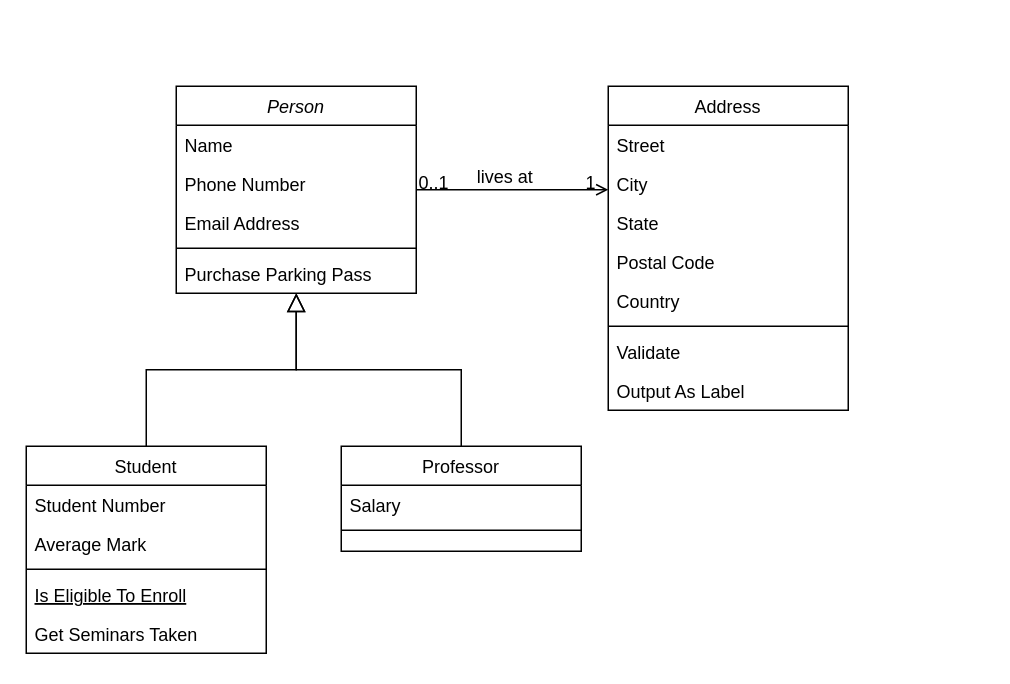
Before: Calculatrice/ES PKFRC Classe Gestion des compétences.drawio in sngdtechnologies/Calculatrice, a draw.io diagram. Source tidied: cells renumbered, new cells numbered last; positions are measured from the earlier drawing's top-left corner, leaving out a move shared by most shapes. Both pictures are drawn from the tidied source at 150%, with x=0, y=0 at pixel (26, 86).
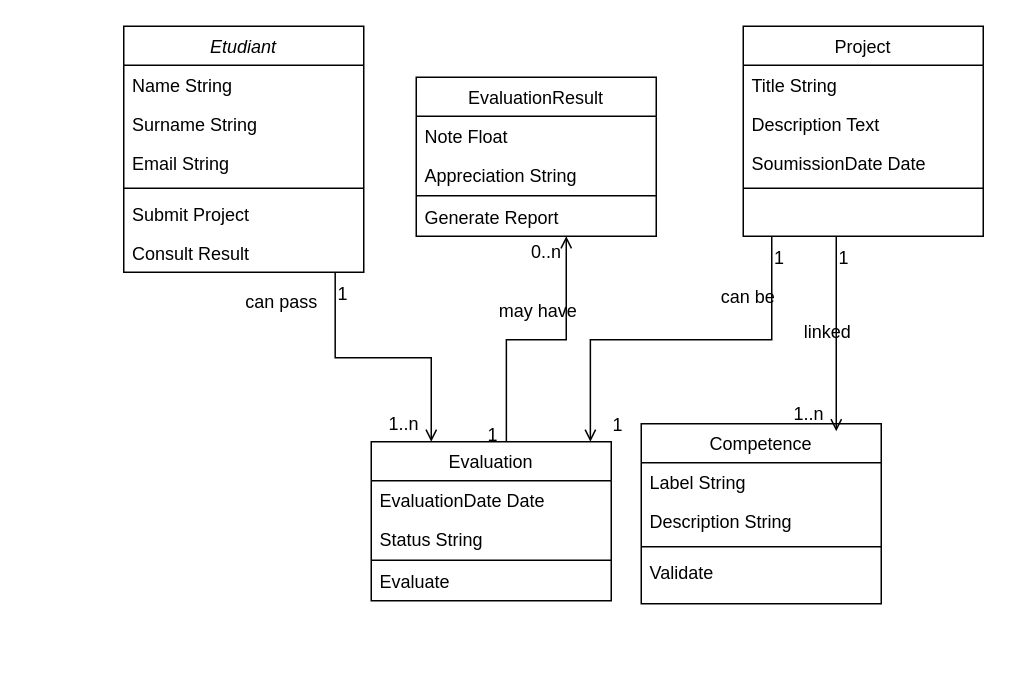
The same diagram, later.

Commit message:
Mettre à jour ES PKFRC Classe Gestion des compétences.drawio

What changed in the source:
```diff
@@
-    <mxCell id="2" value="Person" style="swimlane;fontStyle=2;align=center;verticalAlign=top;horizontal=1;startSize=26;rounded=0;shadow=0;strokeWidth=1;" parent="1" vertex="1">
-      <mxGeometry x="100" width="160" height="138" as="geometry" />
+    <mxCell id="2" value="Etudiant" style="swimlane;fontStyle=2;align=center;verticalAlign=top;horizontal=1;startSize=26;rounded=0;shadow=0;strokeWidth=1;" parent="1" vertex="1">
+      <mxGeometry x="65" y="-40" width="160" height="164" as="geometry" />
     </mxCell>
-    <mxCell id="3" value="Name" style="text;align=left;verticalAlign=top;spacingLeft=4;spacingRight=4;overflow=hidden;" parent="2" vertex="1">
+    <mxCell id="3" value="Name String" style="text;align=left;verticalAlign=top;spacingLeft=4;spacingRight=4;overflow=hidden;" parent="2" vertex="1">
       <mxGeometry y="26" width="160" height="26" as="geometry" />
     </mxCell>
-    <mxCell id="4" value="Phone Number" style="text;align=left;verticalAlign=top;spacingLeft=4;spacingRight=4;overflow=hidden;rounded=0;shadow=0;html=0;" parent="2" vertex="1">
+    <mxCell id="4" value="Surname String" style="text;align=left;verticalAlign=top;spacingLeft=4;spacingRight=4;overflow=hidden;rounded=0;shadow=0;html=0;" parent="2" vertex="1">
       <mxGeometry y="52" width="160" height="26" as="geometry" />
     </mxCell>
-    <mxCell id="5" value="Email Address" style="text;align=left;verticalAlign=top;spacingLeft=4;spacingRight=4;overflow=hidden;rounded=0;shadow=0;html=0;" parent="2" vertex="1">
+    <mxCell id="5" value="Email String" style="text;align=left;verticalAlign=top;spacingLeft=4;spacingRight=4;overflow=hidden;rounded=0;shadow=0;html=0;" parent="2" vertex="1">
       <mxGeometry y="78" width="160" height="26" as="geometry" />
     </mxCell>
@@
-    <mxCell id="7" value="Purchase Parking Pass" style="text;align=left;verticalAlign=top;spacingLeft=4;spacingRight=4;overflow=hidden;" parent="2" vertex="1">
+    <mxCell id="7" value="Submit Project" style="text;align=left;verticalAlign=top;spacingLeft=4;spacingRight=4;overflow=hidden;" parent="2" vertex="1">
       <mxGeometry y="112" width="160" height="26" as="geometry" />
     </mxCell>
+    <mxCell id="32" value="Consult Result" style="text;align=left;verticalAlign=top;spacingLeft=4;spacingRight=4;overflow=hidden;points=[[0,0.5],[1,0.5]];portConstraint=eastwest;" parent="2" vertex="1">
+      <mxGeometry y="138" width="160" height="26" as="geometry" />
+    </mxCell>
-    <mxCell id="8" value="Student" style="swimlane;fontStyle=0;align=center;verticalAlign=top;horizontal=1;startSize=26;rounded=0;shadow=0;strokeWidth=1;" parent="1" vertex="1">
-      <mxGeometry y="240" width="160" height="138" as="geometry" />
+    <mxCell id="8" value="Competence" style="swimlane;fontStyle=0;align=center;verticalAlign=top;horizontal=1;startSize=26;rounded=0;shadow=0;strokeWidth=1;" parent="1" vertex="1">
+      <mxGeometry x="410" y="225" width="160" height="120" as="geometry" />
     </mxCell>
-    <mxCell id="9" value="Student Number" style="text;align=left;verticalAlign=top;spacingLeft=4;spacingRight=4;overflow=hidden;" parent="8" vertex="1">
+    <mxCell id="9" value="Label String" style="text;align=left;verticalAlign=top;spacingLeft=4;spacingRight=4;overflow=hidden;" parent="8" vertex="1">
       <mxGeometry y="26" width="160" height="26" as="geometry" />
     </mxCell>
-    <mxCell id="10" value="Average Mark" style="text;align=left;verticalAlign=top;spacingLeft=4;spacingRight=4;overflow=hidden;rounded=0;shadow=0;html=0;" parent="8" vertex="1">
+    <mxCell id="10" value="Description String" style="text;align=left;verticalAlign=top;spacingLeft=4;spacingRight=4;overflow=hidden;rounded=0;shadow=0;html=0;" parent="8" vertex="1">
       <mxGeometry y="52" width="160" height="26" as="geometry" />
     </mxCell>
@@
-    <mxCell id="12" value="Is Eligible To Enroll" style="text;align=left;verticalAlign=top;spacingLeft=4;spacingRight=4;overflow=hidden;fontStyle=4;" parent="8" vertex="1">
-      <mxGeometry y="86" width="160" height="26" as="geometry" />
-    </mxCell>
-    <mxCell id="13" value="Get Seminars Taken" style="text;align=left;verticalAlign=top;spacingLeft=4;spacingRight=4;overflow=hidden;" parent="8" vertex="1">
-      <mxGeometry y="112" width="160" height="26" as="geometry" />
+    <mxCell id="13" value="Validate" style="text;align=left;verticalAlign=top;spacingLeft=4;spacingRight=4;overflow=hidden;" parent="8" vertex="1">
+      <mxGeometry y="86" width="160" height="26" as="geometry" />
     </mxCell>
-    <mxCell id="14" style="endArrow=block;endSize=10;endFill=0;shadow=0;strokeWidth=1;rounded=0;curved=0;edgeStyle=elbowEdgeStyle;elbow=vertical;" parent="1" edge="1" source="8" target="2">
-      <mxGeometry relative="1" as="geometry" />
-    </mxCell>
-    <mxCell id="15" value="Professor" style="swimlane;fontStyle=0;align=center;verticalAlign=top;horizontal=1;startSize=26;rounded=0;shadow=0;strokeWidth=1;" parent="1" vertex="1">
-      <mxGeometry x="210" y="240" width="160" height="70" as="geometry" />
+    <mxCell id="15" value="Evaluation" style="swimlane;fontStyle=0;align=center;verticalAlign=top;horizontal=1;startSize=26;rounded=0;shadow=0;strokeWidth=1;" parent="1" vertex="1">
+      <mxGeometry x="230" y="237" width="160" height="106" as="geometry" />
     </mxCell>
-    <mxCell id="16" value="Salary" style="text;align=left;verticalAlign=top;spacingLeft=4;spacingRight=4;overflow=hidden;" parent="15" vertex="1">
+    <mxCell id="16" value="EvaluationDate Date" style="text;align=left;verticalAlign=top;spacingLeft=4;spacingRight=4;overflow=hidden;" parent="15" vertex="1">
       <mxGeometry y="26" width="160" height="26" as="geometry" />
     </mxCell>
+    <mxCell id="33" value="Status String" style="text;align=left;verticalAlign=top;spacingLeft=4;spacingRight=4;overflow=hidden;" parent="15" vertex="1">
+      <mxGeometry y="52" width="160" height="26" as="geometry" />
+    </mxCell>
     <mxCell id="17" style="line;html=1;strokeWidth=1;align=left;verticalAlign=middle;spacingTop=-1;spacingLeft=3;spacingRight=3;labelPosition=right;" parent="15" vertex="1">
-      <mxGeometry y="52" width="160" height="8" as="geometry" />
+      <mxGeometry y="78" width="160" height="2" as="geometry" />
     </mxCell>
-    <mxCell id="18" style="endArrow=block;endSize=10;endFill=0;shadow=0;strokeWidth=1;rounded=0;curved=0;edgeStyle=elbowEdgeStyle;elbow=vertical;" parent="1" edge="1" source="15" target="2">
-      <mxGeometry relative="1" as="geometry" />
-    </mxCell>
+    <mxCell id="34" value="Evaluate" style="text;align=left;verticalAlign=top;spacingLeft=4;spacingRight=4;overflow=hidden;" parent="15" vertex="1">
+      <mxGeometry y="80" width="160" height="26" as="geometry" />
+    </mxCell>
-    <mxCell id="19" value="Address" style="swimlane;fontStyle=0;align=center;verticalAlign=top;horizontal=1;startSize=26;rounded=0;shadow=0;strokeWidth=1;" parent="1" vertex="1">
-      <mxGeometry x="388" width="160" height="216" as="geometry" />
+    <mxCell id="19" value="Project" style="swimlane;fontStyle=0;align=center;verticalAlign=top;horizontal=1;startSize=26;rounded=0;shadow=0;strokeWidth=1;" parent="1" vertex="1">
+      <mxGeometry x="478" y="-40" width="160" height="140" as="geometry" />
     </mxCell>
-    <mxCell id="20" value="Street" style="text;align=left;verticalAlign=top;spacingLeft=4;spacingRight=4;overflow=hidden;" parent="19" vertex="1">
+    <mxCell id="20" value="Title String" style="text;align=left;verticalAlign=top;spacingLeft=4;spacingRight=4;overflow=hidden;" parent="19" vertex="1">
       <mxGeometry y="26" width="160" height="26" as="geometry" />
     </mxCell>
-    <mxCell id="21" value="City" style="text;align=left;verticalAlign=top;spacingLeft=4;spacingRight=4;overflow=hidden;rounded=0;shadow=0;html=0;" parent="19" vertex="1">
+    <mxCell id="21" value="Description Text" style="text;align=left;verticalAlign=top;spacingLeft=4;spacingRight=4;overflow=hidden;rounded=0;shadow=0;html=0;" parent="19" vertex="1">
       <mxGeometry y="52" width="160" height="26" as="geometry" />
     </mxCell>
-    <mxCell id="22" value="State" style="text;align=left;verticalAlign=top;spacingLeft=4;spacingRight=4;overflow=hidden;rounded=0;shadow=0;html=0;" parent="19" vertex="1">
+    <mxCell id="22" value="SoumissionDate Date" style="text;align=left;verticalAlign=top;spacingLeft=4;spacingRight=4;overflow=hidden;rounded=0;shadow=0;html=0;" parent="19" vertex="1">
       <mxGeometry y="78" width="160" height="26" as="geometry" />
     </mxCell>
-    <mxCell id="23" value="Postal Code" style="text;align=left;verticalAlign=top;spacingLeft=4;spacingRight=4;overflow=hidden;rounded=0;shadow=0;html=0;" parent="19" vertex="1">
-      <mxGeometry y="104" width="160" height="26" as="geometry" />
-    </mxCell>
-    <mxCell id="24" value="Country" style="text;align=left;verticalAlign=top;spacingLeft=4;spacingRight=4;overflow=hidden;rounded=0;shadow=0;html=0;" parent="19" vertex="1">
-      <mxGeometry y="130" width="160" height="26" as="geometry" />
-    </mxCell>
     <mxCell id="25" style="line;html=1;strokeWidth=1;align=left;verticalAlign=middle;spacingTop=-1;spacingLeft=3;spacingRight=3;labelPosition=right;" parent="19" vertex="1">
-      <mxGeometry y="156" width="160" height="8" as="geometry" />
+      <mxGeometry y="104" width="160" height="8" as="geometry" />
     </mxCell>
-    <mxCell id="26" value="Validate" style="text;align=left;verticalAlign=top;spacingLeft=4;spacingRight=4;overflow=hidden;" parent="19" vertex="1">
-      <mxGeometry y="164" width="160" height="26" as="geometry" />
-    </mxCell>
-    <mxCell id="27" value="Output As Label" style="text;align=left;verticalAlign=top;spacingLeft=4;spacingRight=4;overflow=hidden;" parent="19" vertex="1">
-      <mxGeometry y="190" width="160" height="26" as="geometry" />
-    </mxCell>
-    <mxCell id="28" style="endArrow=open;shadow=0;strokeWidth=1;rounded=0;curved=0;endFill=1;edgeStyle=elbowEdgeStyle;elbow=vertical;" parent="1" edge="1" source="2" target="19">
-      <mxGeometry x="0.5" y="41" relative="1" as="geometry">
-        <mxPoint x="-40" y="32" as="offset" />
-      </mxGeometry>
-    </mxCell>
-    <mxCell id="29" value="0..1" style="align=left;verticalAlign=bottom;labelBackgroundColor=none;fontSize=12;" parent="28" vertex="1">
-      <mxGeometry x="-1" relative="1" as="geometry">
-        <mxPoint y="4" as="offset" />
-      </mxGeometry>
-    </mxCell>
+    <mxCell id="35" value="EvaluationResult" style="swimlane;fontStyle=0;align=center;verticalAlign=top;horizontal=1;startSize=26;rounded=0;shadow=0;strokeWidth=1;" parent="1" vertex="1">
+      <mxGeometry x="260" y="-6" width="160" height="106" as="geometry" />
+    </mxCell>
+    <mxCell id="36" value="Note Float" style="text;align=left;verticalAlign=top;spacingLeft=4;spacingRight=4;overflow=hidden;" parent="35" vertex="1">
+      <mxGeometry y="26" width="160" height="26" as="geometry" />
+    </mxCell>
+    <mxCell id="37" value="Appreciation String" style="text;align=left;verticalAlign=top;spacingLeft=4;spacingRight=4;overflow=hidden;" parent="35" vertex="1">
+      <mxGeometry y="52" width="160" height="26" as="geometry" />
+    </mxCell>
+    <mxCell id="38" style="line;html=1;strokeWidth=1;align=left;verticalAlign=middle;spacingTop=-1;spacingLeft=3;spacingRight=3;labelPosition=right;" parent="35" vertex="1">
+      <mxGeometry y="78" width="160" height="2" as="geometry" />
+    </mxCell>
+    <mxCell id="39" value="Generate Report" style="text;align=left;verticalAlign=top;spacingLeft=4;spacingRight=4;overflow=hidden;points=[[0,0.5],[1,0.5]];portConstraint=eastwest;" parent="35" vertex="1">
+      <mxGeometry y="80" width="160" height="26" as="geometry" />
+    </mxCell>
+    <mxCell id="40" style="endArrow=open;shadow=0;strokeWidth=1;rounded=0;curved=0;endFill=1;edgeStyle=elbowEdgeStyle;elbow=vertical;" parent="1" edge="1">
+      <mxGeometry x="0.5" y="41" relative="1" as="geometry">
+        <mxPoint x="540" y="100" as="sourcePoint" />
+        <mxPoint x="540" y="230" as="targetPoint" />
+        <mxPoint x="-40" y="32" as="offset" />
+      </mxGeometry>
+    </mxCell>
+    <mxCell id="41" value="1" style="align=left;verticalAlign=bottom;labelBackgroundColor=none;fontSize=12;" parent="40" vertex="1">
+      <mxGeometry x="-1" relative="1" as="geometry">
+        <mxPoint y="23" as="offset" />
+      </mxGeometry>
+    </mxCell>
+    <mxCell id="42" value="1..n" style="align=right;verticalAlign=bottom;labelBackgroundColor=none;fontSize=12;" parent="40" vertex="1">
+      <mxGeometry x="1" relative="1" as="geometry">
+        <mxPoint x="-7" y="-3" as="offset" />
+      </mxGeometry>
+    </mxCell>
+    <mxCell id="43" value="linked" style="text;html=1;align=center;verticalAlign=middle;labelBackgroundColor=none;rounded=0;shadow=0;strokeWidth=1;fontSize=12;" parent="40" vertex="1">
+      <mxGeometry x="0.5" y="49" relative="1" as="geometry">
+        <mxPoint x="-56" y="-35" as="offset" />
+      </mxGeometry>
+    </mxCell>
+    <mxCell id="44" style="endArrow=open;shadow=0;strokeWidth=1;rounded=0;curved=0;endFill=1;edgeStyle=elbowEdgeStyle;elbow=vertical;entryX=0.913;entryY=0;entryDx=0;entryDy=0;entryPerimeter=0;" parent="1" edge="1" target="15">
+      <mxGeometry x="0.5" y="41" relative="1" as="geometry">
+        <mxPoint x="497" y="100" as="sourcePoint" />
+        <mxPoint x="-40" y="32" as="offset" />
+      </mxGeometry>
+    </mxCell>
+    <mxCell id="45" value="1" style="align=left;verticalAlign=bottom;labelBackgroundColor=none;fontSize=12;" parent="44" vertex="1">
+      <mxGeometry x="-1" relative="1" as="geometry">
+        <mxPoint y="23" as="offset" />
+      </mxGeometry>
+    </mxCell>
-    <mxCell id="30" value="1" style="align=right;verticalAlign=bottom;labelBackgroundColor=none;fontSize=12;" parent="28" vertex="1">
+    <mxCell id="30" value="1" style="align=right;verticalAlign=bottom;labelBackgroundColor=none;fontSize=12;" parent="44" vertex="1">
       <mxGeometry x="1" relative="1" as="geometry">
-        <mxPoint x="-7" y="4" as="offset" />
+        <mxPoint x="23" y="-3" as="offset" />
       </mxGeometry>
     </mxCell>
-    <mxCell id="31" value="lives at" style="text;html=1;align=center;verticalAlign=middle;labelBackgroundColor=none;rounded=0;shadow=0;strokeWidth=1;fontSize=12;" parent="28" vertex="1">
-      <mxGeometry x="0.5" y="49" relative="1" as="geometry">
-        <mxPoint x="-38" y="40" as="offset" />
-      </mxGeometry>
-    </mxCell>
+    <mxCell id="46" value="can be" style="text;html=1;align=center;verticalAlign=middle;labelBackgroundColor=none;rounded=0;shadow=0;strokeWidth=1;fontSize=12;" parent="44" vertex="1">
+      <mxGeometry x="0.5" y="49" relative="1" as="geometry">
+        <mxPoint x="55" y="-32" as="offset" />
+      </mxGeometry>
+    </mxCell>
+    <mxCell id="47" style="endArrow=open;shadow=0;strokeWidth=1;rounded=0;curved=0;endFill=1;edgeStyle=elbowEdgeStyle;elbow=vertical;entryX=0.25;entryY=0;entryDx=0;entryDy=0;exitX=0.881;exitY=1;exitDx=0;exitDy=0;exitPerimeter=0;" parent="1" edge="1" source="32" target="15">
+      <mxGeometry x="0.5" y="41" relative="1" as="geometry">
+        <mxPoint x="-40" y="32" as="offset" />
+      </mxGeometry>
+    </mxCell>
+    <mxCell id="48" value="1" style="align=left;verticalAlign=bottom;labelBackgroundColor=none;fontSize=12;" parent="47" vertex="1">
+      <mxGeometry x="-1" relative="1" as="geometry">
+        <mxPoint y="23" as="offset" />
+      </mxGeometry>
+    </mxCell>
+    <mxCell id="49" value="1..n" style="align=right;verticalAlign=bottom;labelBackgroundColor=none;fontSize=12;" parent="47" vertex="1">
+      <mxGeometry x="1" relative="1" as="geometry">
+        <mxPoint x="-7" y="-3" as="offset" />
+      </mxGeometry>
+    </mxCell>
+    <mxCell id="50" value="can pass" style="text;html=1;align=center;verticalAlign=middle;labelBackgroundColor=none;rounded=0;shadow=0;strokeWidth=1;fontSize=12;" parent="47" vertex="1">
+      <mxGeometry x="0.5" y="49" relative="1" as="geometry">
+        <mxPoint x="-150" y="-49" as="offset" />
+      </mxGeometry>
+    </mxCell>
+    <mxCell id="51" style="endArrow=open;shadow=0;strokeWidth=1;rounded=0;curved=0;endFill=1;edgeStyle=elbowEdgeStyle;elbow=vertical;entryX=0.625;entryY=1;entryDx=0;entryDy=0;entryPerimeter=0;exitX=0.563;exitY=0;exitDx=0;exitDy=0;exitPerimeter=0;" parent="1" edge="1" source="15" target="39">
+      <mxGeometry x="0.5" y="41" relative="1" as="geometry">
+        <mxPoint x="-40" y="32" as="offset" />
+      </mxGeometry>
+    </mxCell>
+    <mxCell id="52" value="1" style="align=left;verticalAlign=bottom;labelBackgroundColor=none;fontSize=12;" parent="51" vertex="1">
+      <mxGeometry x="-1" relative="1" as="geometry">
+        <mxPoint x="-14" y="4" as="offset" />
+      </mxGeometry>
+    </mxCell>
+    <mxCell id="53" value="0..n" style="align=right;verticalAlign=bottom;labelBackgroundColor=none;fontSize=12;" parent="51" vertex="1">
+      <mxGeometry x="1" relative="1" as="geometry">
+        <mxPoint x="-2" y="19" as="offset" />
+      </mxGeometry>
+    </mxCell>
+    <mxCell id="54" value="may have" style="text;html=1;align=center;verticalAlign=middle;labelBackgroundColor=none;rounded=0;shadow=0;strokeWidth=1;fontSize=12;" parent="51" vertex="1">
+      <mxGeometry x="0.5" y="49" relative="1" as="geometry">
+        <mxPoint x="29" y="6" as="offset" />
+      </mxGeometry>
+    </mxCell>
```
